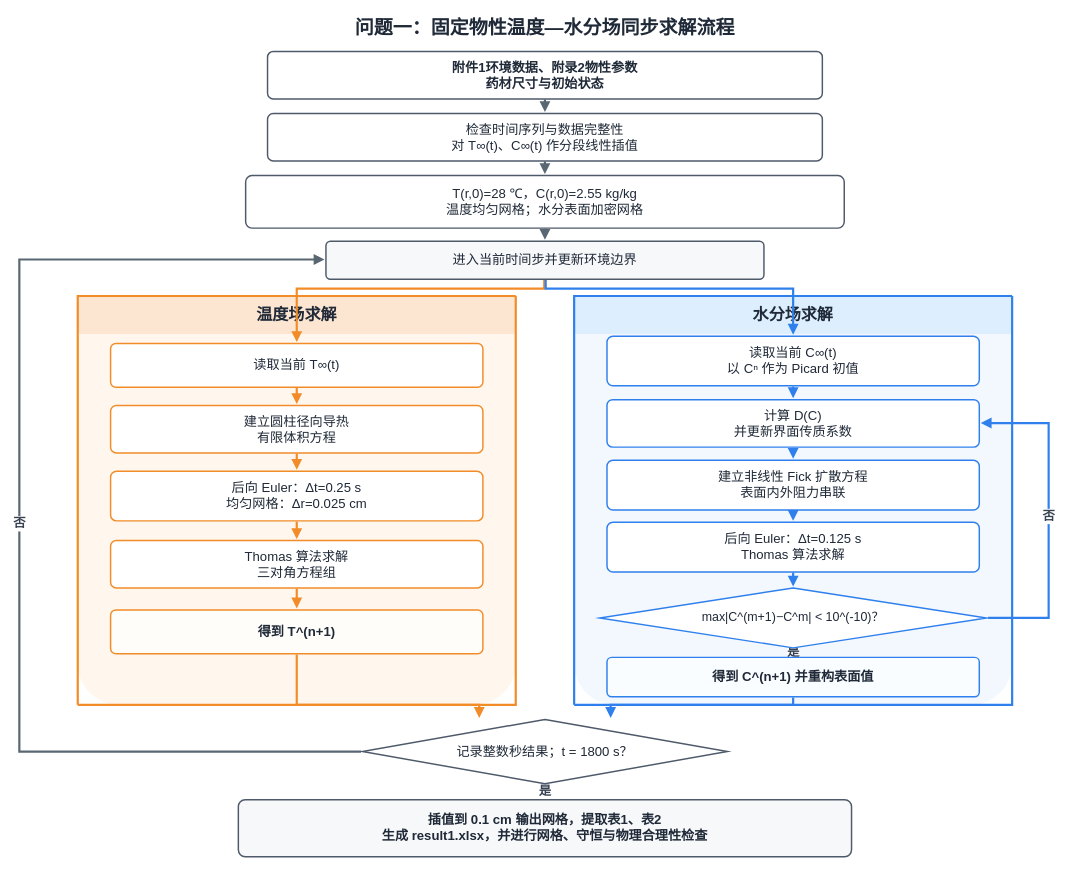
Earlier version of the draw.io diagram docs/flowcharts/A_q1_flowchart_v1.drawio (xjunrao-ux/2026CUMCM). Source tidied: cells renumbered, new cells numbered last; positions are measured from the earlier drawing's top-left corner, leaving out a move shared by most shapes. Both pictures are drawn from the tidied source at 73%, with x=0, y=0 at pixel (19, 12).
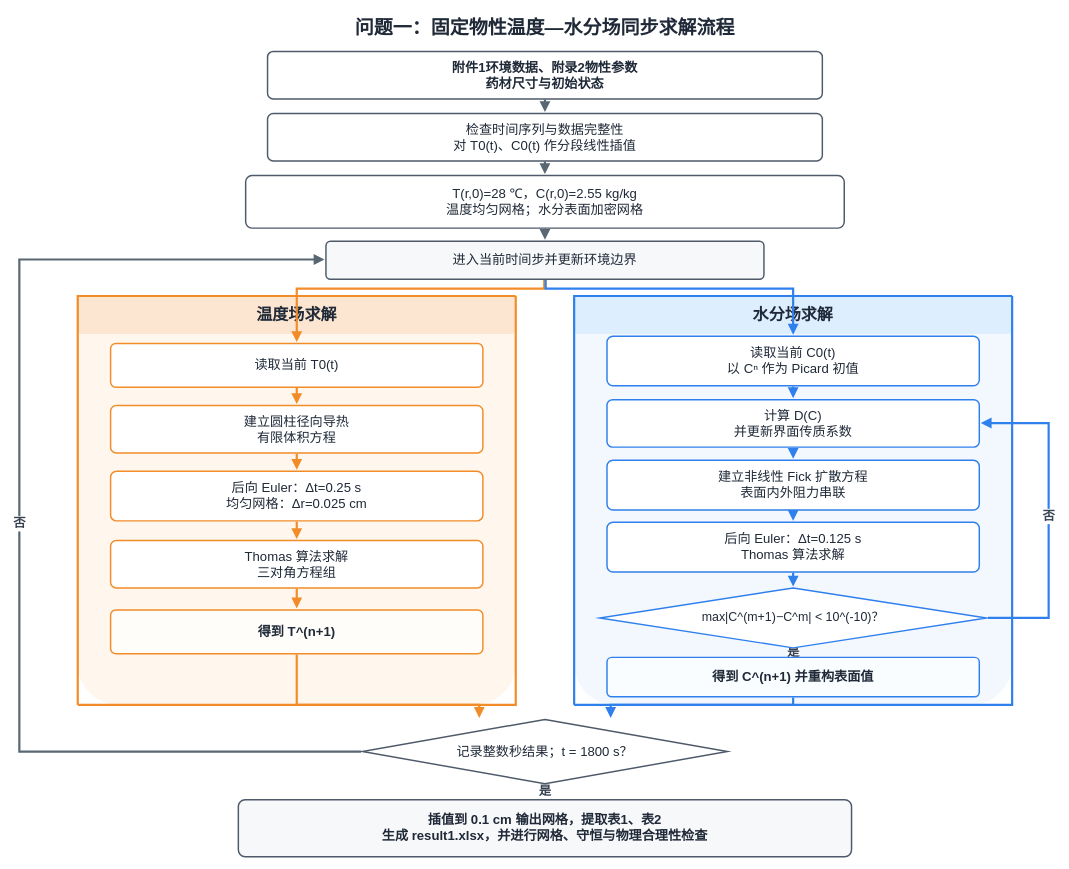
The same diagram, later.

Change to the diagram source:
```diff
@@
-    <mxCell id="33" value="检查时间序列与数据完整性&lt;br&gt;对 T∞(t)、C∞(t) 作分段线性插值" style="rounded=1;arcSize=12;whiteSpace=wrap;html=1;align=center;verticalAlign=middle;fillColor=#FFFFFF;strokeColor=#4E5969;strokeWidth=2;fontSize=18;fontStyle=0;fontColor=#1F2937;fontFamily=Microsoft YaHei;spacing=4;" parent="1" vertex="1">
+    <mxCell id="33" value="检查时间序列与数据完整性&lt;br&gt;对 T0(t)、C0(t) 作分段线性插值" style="rounded=1;arcSize=12;whiteSpace=wrap;html=1;align=center;verticalAlign=middle;fillColor=#FFFFFF;strokeColor=#4E5969;strokeWidth=2;fontSize=18;fontStyle=0;fontColor=#1F2937;fontFamily=Microsoft YaHei;spacing=4;" parent="1" vertex="1">
       <mxGeometry x="340" y="138" width="760" height="65" as="geometry" />
     </mxCell>
@@
-    <mxCell id="36" value="读取当前 T∞(t)" style="rounded=1;arcSize=12;whiteSpace=wrap;html=1;align=center;verticalAlign=middle;fillColor=#FFFFFF;strokeColor=#F28C28;strokeWidth=2;fontSize=18;fontStyle=0;fontColor=#1F2937;fontFamily=Microsoft YaHei;spacing=4;" parent="1" vertex="1">
+    <mxCell id="36" value="读取当前 T0(t)" style="rounded=1;arcSize=12;whiteSpace=wrap;html=1;align=center;verticalAlign=middle;fillColor=#FFFFFF;strokeColor=#F28C28;strokeWidth=2;fontSize=18;fontStyle=0;fontColor=#1F2937;fontFamily=Microsoft YaHei;spacing=4;" parent="1" vertex="1">
       <mxGeometry x="125" y="453" width="510" height="60" as="geometry" />
     </mxCell>
@@
-    <mxCell id="41" value="读取当前 C∞(t)&lt;br&gt;以 Cⁿ 作为 Picard 初值" style="rounded=1;arcSize=12;whiteSpace=wrap;html=1;align=center;verticalAlign=middle;fillColor=#FFFFFF;strokeColor=#2F80ED;strokeWidth=2;fontSize=18;fontStyle=0;fontColor=#1F2937;fontFamily=Microsoft YaHei;spacing=4;" parent="1" vertex="1">
+    <mxCell id="41" value="读取当前 C0(t)&lt;br&gt;以 Cⁿ 作为 Picard 初值" style="rounded=1;arcSize=12;whiteSpace=wrap;html=1;align=center;verticalAlign=middle;fillColor=#FFFFFF;strokeColor=#2F80ED;strokeWidth=2;fontSize=18;fontStyle=0;fontColor=#1F2937;fontFamily=Microsoft YaHei;spacing=4;" parent="1" vertex="1">
       <mxGeometry x="805" y="443" width="510" height="68" as="geometry" />
     </mxCell>
```
